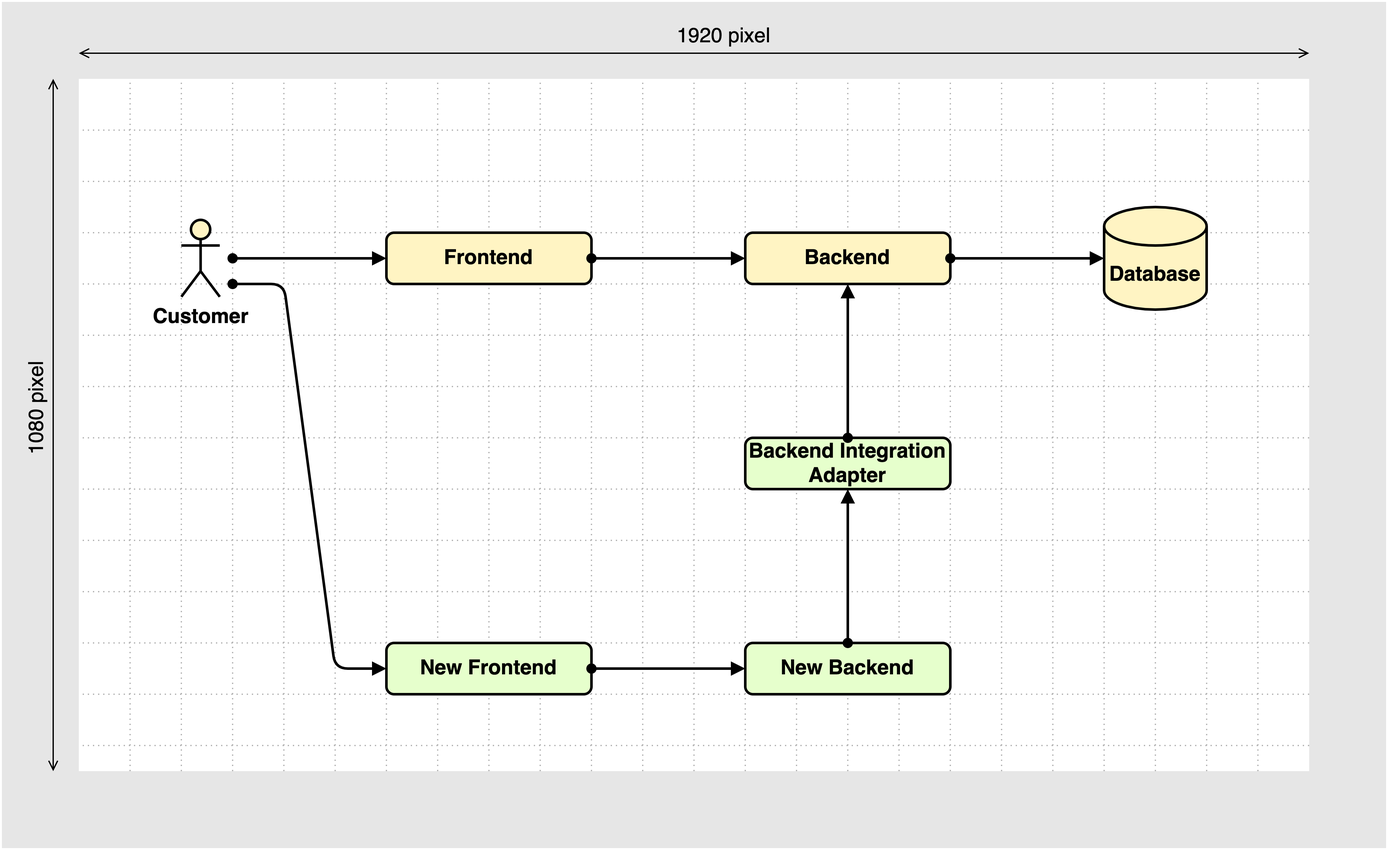
This is diagrams/canvas-guideline_infinite-space_4.png from martinleggewie/visual-tips-for-creating-schematic-diagrams, a draw.io export, as it was before one commit. Source tidied: cells renumbered, new cells last; positions are measured from the earlier drawing's top-left corner, leaving out a move shared by most shapes.
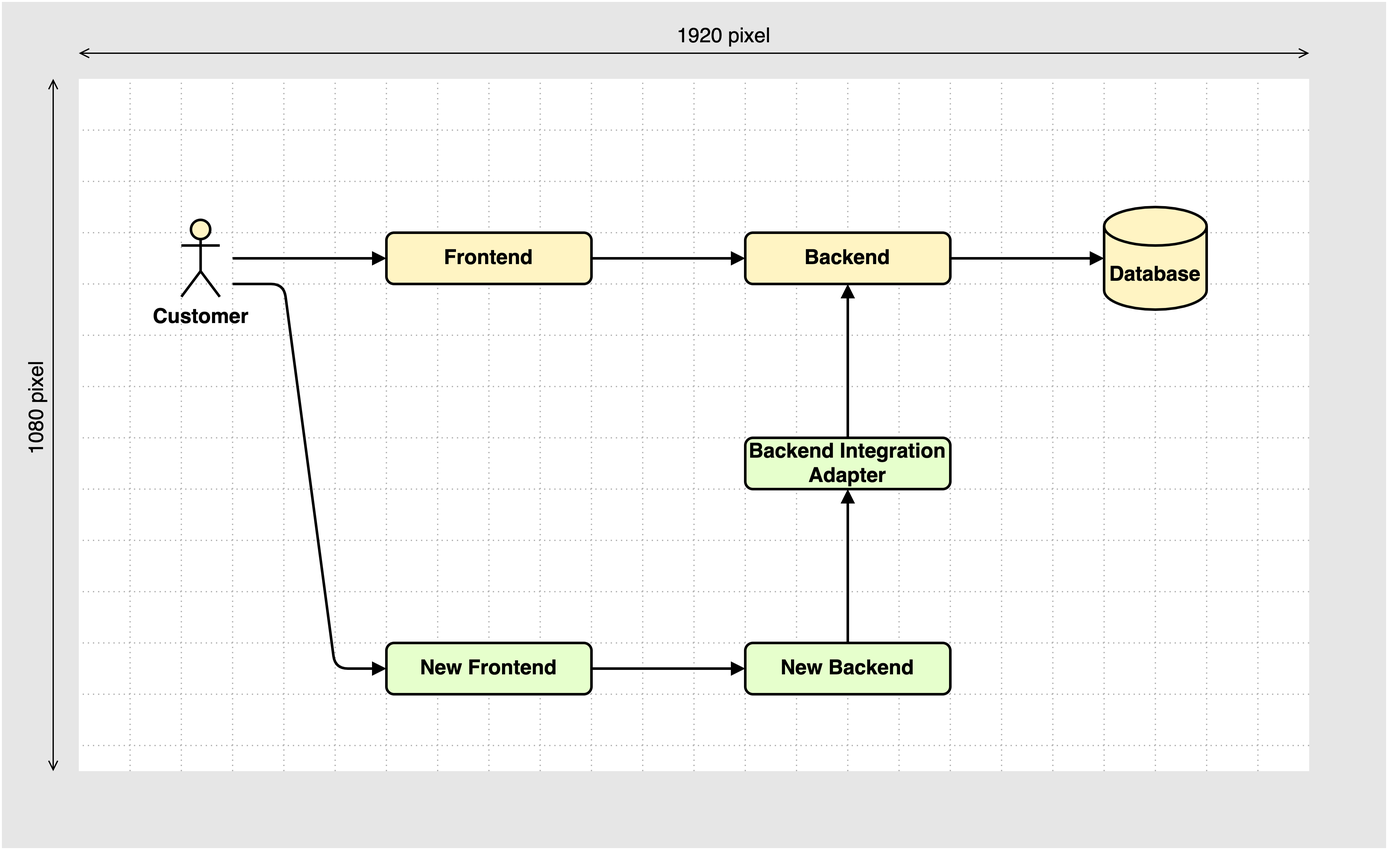
The same diagram one commit later.

Change to the diagram source:
```diff
@@ -250,10 +250,10 @@
     <mxCell id="47" value="Backend" style="rounded=1;whiteSpace=wrap;html=1;strokeWidth=2;fontSize=16;fontStyle=1;fillColor=#FFF4C3;" parent="45" vertex="1">
       <mxGeometry x="580" y="180" width="160" height="40" as="geometry" />
     </mxCell>
-    <mxCell id="48" style="rounded=0;jettySize=auto;html=1;fontSize=16;endArrow=block;endFill=1;startArrow=oval;startFill=1;strokeWidth=2;" parent="45" edge="1" source="46" target="47">
+    <mxCell id="48" style="rounded=0;jettySize=auto;html=1;fontSize=16;endArrow=block;endFill=1;startArrow=none;startFill=0;strokeWidth=2;" parent="45" edge="1" source="46" target="47">
       <mxGeometry relative="1" as="geometry" />
     </mxCell>
-    <mxCell id="49" style="edgeStyle=none;rounded=0;jettySize=auto;html=1;startArrow=oval;startFill=1;endArrow=block;endFill=1;strokeWidth=2;fontSize=16;" parent="45" edge="1" target="46">
+    <mxCell id="49" style="edgeStyle=none;rounded=0;jettySize=auto;html=1;startArrow=none;startFill=0;endArrow=block;endFill=1;strokeWidth=2;fontSize=16;" parent="45" edge="1" target="46">
       <mxGeometry relative="1" as="geometry">
         <mxPoint x="180" y="200" as="sourcePoint" />
       </mxGeometry>
@@ -264,19 +264,19 @@
     <mxCell id="51" value="Database" style="shape=cylinder3;whiteSpace=wrap;html=1;boundedLbl=1;backgroundOutline=1;size=15;strokeWidth=2;fontSize=16;verticalAlign=middle;labelPosition=center;verticalLabelPosition=middle;align=center;fontStyle=1;fillColor=#FFF4C3;" parent="45" vertex="1">
       <mxGeometry x="860" y="160" width="80" height="80" as="geometry" />
     </mxCell>
-    <mxCell id="52" style="edgeStyle=none;rounded=0;jettySize=auto;html=1;startArrow=oval;startFill=1;endArrow=block;endFill=1;strokeWidth=2;fontSize=16;" parent="45" edge="1" source="47" target="51">
+    <mxCell id="52" style="edgeStyle=none;rounded=0;jettySize=auto;html=1;startArrow=none;startFill=0;endArrow=block;endFill=1;strokeWidth=2;fontSize=16;" parent="45" edge="1" source="47" target="51">
       <mxGeometry relative="1" as="geometry" />
     </mxCell>
     <mxCell id="53" value="New Frontend" style="rounded=1;whiteSpace=wrap;html=1;strokeWidth=2;fontSize=16;fontStyle=1;fillColor=#E6FFCC;" parent="45" vertex="1">
       <mxGeometry x="300" y="500" width="160" height="40" as="geometry" />
     </mxCell>
-    <mxCell id="54" style="rounded=0;jettySize=auto;html=1;fontSize=16;endArrow=block;endFill=1;startArrow=oval;startFill=1;strokeWidth=2;" parent="45" edge="1" source="53" target="55">
+    <mxCell id="54" style="rounded=0;jettySize=auto;html=1;fontSize=16;endArrow=block;endFill=1;startArrow=none;startFill=0;strokeWidth=2;" parent="45" edge="1" source="53" target="55">
       <mxGeometry relative="1" as="geometry" />
     </mxCell>
     <mxCell id="55" value="New Backend" style="rounded=1;whiteSpace=wrap;html=1;strokeWidth=2;fontSize=16;fontStyle=1;fillColor=#E6FFCC;" parent="45" vertex="1">
       <mxGeometry x="580" y="500" width="160" height="40" as="geometry" />
     </mxCell>
-    <mxCell id="56" style="edgeStyle=none;rounded=1;jettySize=auto;html=1;startArrow=oval;startFill=1;endArrow=block;endFill=1;strokeWidth=2;fontSize=16;" parent="45" edge="1" target="53">
+    <mxCell id="56" style="edgeStyle=none;rounded=1;jettySize=auto;html=1;startArrow=none;startFill=0;endArrow=block;endFill=1;strokeWidth=2;fontSize=16;" parent="45" edge="1" target="53">
       <mxGeometry relative="1" as="geometry">
         <mxPoint x="180" y="220" as="sourcePoint" />
         <Array as="points">
@@ -288,10 +288,10 @@
     <mxCell id="57" value="Backend Integration Adapter" style="rounded=1;whiteSpace=wrap;html=1;strokeWidth=2;fontSize=16;fontStyle=1;fillColor=#E6FFCC;" parent="45" vertex="1">
       <mxGeometry x="580" y="340" width="160" height="40" as="geometry" />
     </mxCell>
-    <mxCell id="58" style="rounded=0;jettySize=auto;html=1;fontSize=16;endArrow=block;endFill=1;startArrow=oval;startFill=1;strokeWidth=2;" parent="45" edge="1" source="55" target="57">
+    <mxCell id="58" style="rounded=0;jettySize=auto;html=1;fontSize=16;endArrow=block;endFill=1;startArrow=none;startFill=0;strokeWidth=2;" parent="45" edge="1" source="55" target="57">
       <mxGeometry relative="1" as="geometry" />
     </mxCell>
-    <mxCell id="59" style="rounded=0;jettySize=auto;html=1;fontSize=16;endArrow=block;endFill=1;startArrow=oval;startFill=1;strokeWidth=2;" parent="45" edge="1" source="57" target="47">
+    <mxCell id="59" style="rounded=0;jettySize=auto;html=1;fontSize=16;endArrow=block;endFill=1;startArrow=none;startFill=0;strokeWidth=2;" parent="45" edge="1" source="57" target="47">
       <mxGeometry relative="1" as="geometry" />
     </mxCell>
   </root>
```
